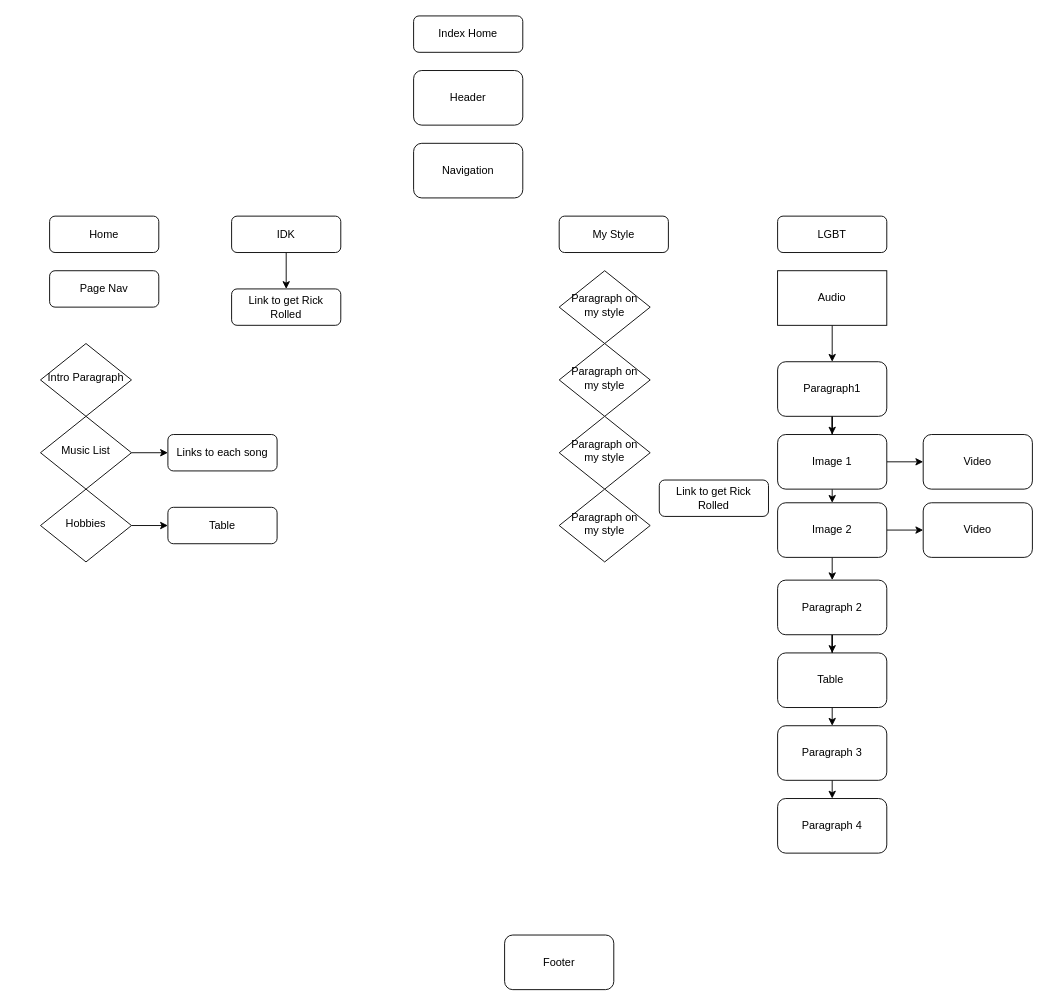
The draw.io diagram FinalDiagram.drawio in pilsburryDoughBoi/kobecattyty, before the edit. Source tidied: cells renumbered, new cells numbered last; positions are measured from the earlier drawing's top-left corner, leaving out a move shared by most shapes. Both pictures are drawn from the tidied source at 91%, with x=0, y=0 at pixel (40, 15).
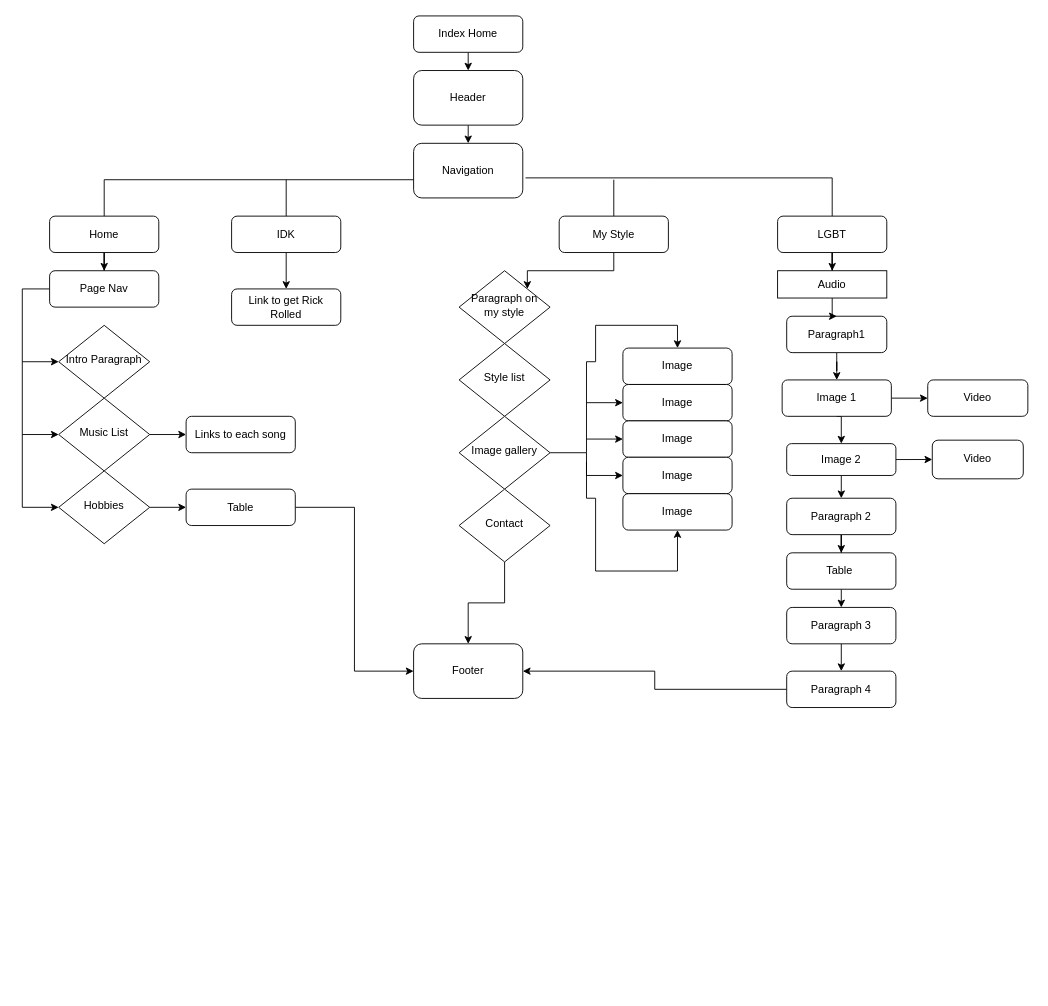
After the change.

The change refers to these unchanged cells:
```xml
<mxCell id="2" value="Index Home" style="rounded=1;whiteSpace=wrap;html=1;fontSize=12;glass=0;strokeWidth=1;shadow=0;" parent="1" vertex="1">
  <mxGeometry x="410" width="120" height="40" as="geometry" />
</mxCell>
<mxCell id="4" value="Home" style="rounded=1;whiteSpace=wrap;html=1;fontSize=12;glass=0;strokeWidth=1;shadow=0;" parent="1" vertex="1">
  <mxGeometry x="10" y="220" width="120" height="40" as="geometry" />
</mxCell>
<mxCell id="6" value="Page Nav" style="rounded=1;whiteSpace=wrap;html=1;fontSize=12;glass=0;strokeWidth=1;shadow=0;" parent="1" vertex="1">
  <mxGeometry x="10" y="280" width="120" height="40" as="geometry" />
</mxCell>
<mxCell id="9" value="IDK" style="rounded=1;whiteSpace=wrap;html=1;fontSize=12;glass=0;strokeWidth=1;shadow=0;" parent="1" vertex="1">
  <mxGeometry x="210" y="220" width="120" height="40" as="geometry" />
</mxCell>
<mxCell id="10" value="LGBT" style="rounded=1;whiteSpace=wrap;html=1;fontSize=12;glass=0;strokeWidth=1;shadow=0;" parent="1" vertex="1">
  <mxGeometry x="810" y="220" width="120" height="40" as="geometry" />
</mxCell>
<mxCell id="11" value="My Style" style="rounded=1;whiteSpace=wrap;html=1;fontSize=12;glass=0;strokeWidth=1;shadow=0;" parent="1" vertex="1">
  <mxGeometry x="570" y="220" width="120" height="40" as="geometry" />
</mxCell>
<mxCell id="18" value="Header" style="rounded=1;whiteSpace=wrap;html=1;" parent="1" vertex="1">
  <mxGeometry x="410" y="60" width="120" height="60" as="geometry" />
</mxCell>
<mxCell id="21" value="Navigation" style="whiteSpace=wrap;html=1;rounded=1;" parent="1" vertex="1">
  <mxGeometry x="410" y="140" width="120" height="60" as="geometry" />
</mxCell>
```

Diff of the diagram source:
```diff
@@
+    <mxCell id="44" style="edgeStyle=orthogonalEdgeStyle;rounded=0;jettySize=auto;html=1;exitX=0.5;exitY=1;exitDx=0;exitDy=0;entryX=0.5;entryY=0;entryDx=0;entryDy=0;" parent="1" edge="1" source="2" target="18">
+      <mxGeometry relative="1" as="geometry" />
+    </mxCell>
@@
     <mxCell id="3" value="Intro Paragraph" style="rhombus;whiteSpace=wrap;html=1;shadow=0;fontFamily=Helvetica;fontSize=12;align=center;strokeWidth=1;spacing=6;spacingTop=-4;" parent="1" vertex="1">
-      <mxGeometry y="360" width="100" height="80" as="geometry" />
+      <mxGeometry x="20" y="340" width="100" height="80" as="geometry" />
     </mxCell>
+    <mxCell id="45" style="edgeStyle=orthogonalEdgeStyle;rounded=0;jettySize=auto;html=1;entryX=0.5;entryY=0;entryDx=0;entryDy=0;" parent="1" edge="1" source="4" target="6">
+      <mxGeometry relative="1" as="geometry" />
+    </mxCell>
@@
     <mxCell id="5" value="Paragraph on my style" style="rhombus;whiteSpace=wrap;html=1;shadow=0;fontFamily=Helvetica;fontSize=12;align=center;strokeWidth=1;spacing=6;spacingTop=-4;" parent="1" vertex="1">
-      <mxGeometry x="570" y="280" width="100" height="80" as="geometry" />
+      <mxGeometry x="460" y="280" width="100" height="80" as="geometry" />
     </mxCell>
+    <mxCell id="46" style="edgeStyle=orthogonalEdgeStyle;rounded=0;jettySize=auto;html=1;entryX=0;entryY=0.5;entryDx=0;entryDy=0;" parent="1" edge="1" source="6" target="15">
+      <mxGeometry relative="1" as="geometry">
+        <Array as="points">
+          <mxPoint x="-20" y="300" />
+          <mxPoint x="-20" y="540" />
+        </Array>
+      </mxGeometry>
+    </mxCell>
@@
+    <mxCell id="47" style="edgeStyle=orthogonalEdgeStyle;rounded=0;jettySize=auto;html=1;entryX=0.5;entryY=0;entryDx=0;entryDy=0;" parent="1" edge="1" source="10" target="20">
+      <mxGeometry relative="1" as="geometry" />
+    </mxCell>
@@
+    <mxCell id="48" style="edgeStyle=orthogonalEdgeStyle;rounded=0;jettySize=auto;html=1;entryX=1;entryY=0;entryDx=0;entryDy=0;" parent="1" edge="1" source="11" target="5">
+      <mxGeometry relative="1" as="geometry">
+        <Array as="points">
+          <mxPoint x="630" y="280" />
+          <mxPoint x="535" y="280" />
+        </Array>
+      </mxGeometry>
+    </mxCell>
@@
     <mxCell id="13" value="Music List" style="rhombus;whiteSpace=wrap;html=1;shadow=0;fontFamily=Helvetica;fontSize=12;align=center;strokeWidth=1;spacing=6;spacingTop=-4;" parent="1" vertex="1">
-      <mxGeometry y="440" width="100" height="80" as="geometry" />
+      <mxGeometry x="20" y="420" width="100" height="80" as="geometry" />
     </mxCell>
@@
     <mxCell id="15" value="Hobbies" style="rhombus;whiteSpace=wrap;html=1;shadow=0;fontFamily=Helvetica;fontSize=12;align=center;strokeWidth=1;spacing=6;spacingTop=-4;" parent="1" vertex="1">
-      <mxGeometry y="520" width="100" height="80" as="geometry" />
+      <mxGeometry x="20" y="500" width="100" height="80" as="geometry" />
     </mxCell>
@@
     <mxCell id="17" value="Paragraph1" style="whiteSpace=wrap;html=1;rounded=1;shadow=0;strokeWidth=1;glass=0;" parent="1" vertex="1">
-      <mxGeometry x="810" y="380" width="120" height="60" as="geometry" />
+      <mxGeometry x="820" y="330" width="110" height="40" as="geometry" />
     </mxCell>
+    <mxCell id="49" style="edgeStyle=orthogonalEdgeStyle;rounded=0;jettySize=auto;html=1;exitX=0.5;exitY=1;exitDx=0;exitDy=0;entryX=0.5;entryY=0;entryDx=0;entryDy=0;" parent="1" edge="1" source="18" target="21">
+      <mxGeometry relative="1" as="geometry" />
+    </mxCell>
@@
     <mxCell id="20" value="Audio" style="rounded=0;whiteSpace=wrap;html=1;" parent="1" vertex="1">
-      <mxGeometry x="810" y="280" width="120" height="60" as="geometry" />
+      <mxGeometry x="810" y="280" width="120" height="30" as="geometry" />
     </mxCell>
@@
     <mxCell id="24" value="Image 1" style="whiteSpace=wrap;html=1;rounded=1;shadow=0;strokeWidth=1;glass=0;" parent="1" vertex="1">
-      <mxGeometry x="810" y="460" width="120" height="60" as="geometry" />
+      <mxGeometry x="815" y="400" width="120" height="40" as="geometry" />
     </mxCell>
@@
     <mxCell id="27" value="Image 2" style="whiteSpace=wrap;html=1;rounded=1;shadow=0;strokeWidth=1;glass=0;" parent="1" vertex="1">
-      <mxGeometry x="810" y="535" width="120" height="60" as="geometry" />
+      <mxGeometry x="820" y="470" width="120" height="35" as="geometry" />
     </mxCell>
@@
     <mxCell id="29" value="Paragraph 2" style="whiteSpace=wrap;html=1;rounded=1;shadow=0;strokeWidth=1;glass=0;" parent="1" vertex="1">
-      <mxGeometry x="810" y="620" width="120" height="60" as="geometry" />
+      <mxGeometry x="820" y="530" width="120" height="40" as="geometry" />
     </mxCell>
     <mxCell id="30" value="Video" style="whiteSpace=wrap;html=1;rounded=1;shadow=0;strokeWidth=1;glass=0;" parent="1" vertex="1">
-      <mxGeometry x="970" y="460" width="120" height="60" as="geometry" />
+      <mxGeometry x="975" y="400" width="110" height="40" as="geometry" />
     </mxCell>
     <mxCell id="31" value="Video" style="whiteSpace=wrap;html=1;rounded=1;shadow=0;strokeWidth=1;glass=0;" parent="1" vertex="1">
-      <mxGeometry x="970" y="535" width="120" height="60" as="geometry" />
+      <mxGeometry x="980" y="466.2" width="100" height="42.5" as="geometry" />
     </mxCell>
@@
     <mxCell id="33" value="Table&amp;nbsp;" style="rounded=1;whiteSpace=wrap;html=1;" parent="1" vertex="1">
-      <mxGeometry x="810" y="700" width="120" height="60" as="geometry" />
+      <mxGeometry x="820" y="590" width="120" height="40" as="geometry" />
     </mxCell>
@@
     <mxCell id="35" value="Paragraph 3" style="whiteSpace=wrap;html=1;rounded=1;shadow=0;strokeWidth=1;glass=0;" parent="1" vertex="1">
-      <mxGeometry x="810" y="780" width="120" height="60" as="geometry" />
+      <mxGeometry x="820" y="650" width="120" height="40" as="geometry" />
     </mxCell>
+    <mxCell id="50" style="edgeStyle=orthogonalEdgeStyle;rounded=0;jettySize=auto;html=1;entryX=1;entryY=0.5;entryDx=0;entryDy=0;" parent="1" edge="1" source="36" target="37">
+      <mxGeometry relative="1" as="geometry" />
+    </mxCell>
     <mxCell id="36" value="Paragraph 4" style="whiteSpace=wrap;html=1;rounded=1;shadow=0;strokeWidth=1;glass=0;" parent="1" vertex="1">
-      <mxGeometry x="810" y="860" width="120" height="60" as="geometry" />
+      <mxGeometry x="820" y="720" width="120" height="40" as="geometry" />
     </mxCell>
     <mxCell id="37" value="Footer" style="whiteSpace=wrap;html=1;rounded=1;shadow=0;strokeWidth=1;glass=0;" parent="1" vertex="1">
-      <mxGeometry x="510" y="1010" width="120" height="60" as="geometry" />
+      <mxGeometry x="410" y="690" width="120" height="60" as="geometry" />
     </mxCell>
-    <mxCell id="38" value="Paragraph on my style" style="rhombus;whiteSpace=wrap;html=1;shadow=0;fontFamily=Helvetica;fontSize=12;align=center;strokeWidth=1;spacing=6;spacingTop=-4;" parent="1" vertex="1">
-      <mxGeometry x="570" y="360" width="100" height="80" as="geometry" />
+    <mxCell id="38" value="Style list" style="rhombus;whiteSpace=wrap;html=1;shadow=0;fontFamily=Helvetica;fontSize=12;align=center;strokeWidth=1;spacing=6;spacingTop=-4;" parent="1" vertex="1">
+      <mxGeometry x="460" y="360" width="100" height="80" as="geometry" />
     </mxCell>
+    <mxCell id="51" style="edgeStyle=orthogonalEdgeStyle;rounded=0;jettySize=auto;html=1;" parent="1" edge="1" source="39" target="60">
+      <mxGeometry relative="1" as="geometry">
+        <Array as="points">
+          <mxPoint x="600" y="480" />
+          <mxPoint x="600" y="505" />
+        </Array>
+      </mxGeometry>
+    </mxCell>
-    <mxCell id="39" value="Paragraph on my style" style="rhombus;whiteSpace=wrap;html=1;shadow=0;fontFamily=Helvetica;fontSize=12;align=center;strokeWidth=1;spacing=6;spacingTop=-4;" parent="1" vertex="1">
-      <mxGeometry x="570" y="440" width="100" height="80" as="geometry" />
+    <mxCell id="39" value="Image gallery" style="rhombus;whiteSpace=wrap;html=1;shadow=0;fontFamily=Helvetica;fontSize=12;align=center;strokeWidth=1;spacing=6;spacingTop=-4;" parent="1" vertex="1">
+      <mxGeometry x="460" y="440" width="100" height="80" as="geometry" />
     </mxCell>
+    <mxCell id="52" style="edgeStyle=orthogonalEdgeStyle;rounded=0;jettySize=auto;html=1;entryX=0.5;entryY=0;entryDx=0;entryDy=0;" parent="1" edge="1" source="40" target="37">
+      <mxGeometry relative="1" as="geometry" />
+    </mxCell>
-    <mxCell id="40" value="Paragraph on my style" style="rhombus;whiteSpace=wrap;html=1;shadow=0;fontFamily=Helvetica;fontSize=12;align=center;strokeWidth=1;spacing=6;spacingTop=-4;" parent="1" vertex="1">
-      <mxGeometry x="570" y="520" width="100" height="80" as="geometry" />
+    <mxCell id="40" value="Contact" style="rhombus;whiteSpace=wrap;html=1;shadow=0;fontFamily=Helvetica;fontSize=12;align=center;strokeWidth=1;spacing=6;spacingTop=-4;" parent="1" vertex="1">
+      <mxGeometry x="460" y="520" width="100" height="80" as="geometry" />
     </mxCell>
-    <mxCell id="41" value="Link to get Rick Rolled" style="rounded=1;whiteSpace=wrap;html=1;fontSize=12;glass=0;strokeWidth=1;shadow=0;" parent="1" vertex="1">
-      <mxGeometry x="680" y="510" width="120" height="40" as="geometry" />
+    <mxCell id="41" value="Image" style="rounded=1;whiteSpace=wrap;html=1;fontSize=12;glass=0;strokeWidth=1;shadow=0;" parent="1" vertex="1">
+      <mxGeometry x="640" y="365" width="120" height="40" as="geometry" />
     </mxCell>
     <mxCell id="42" value="Links to each song" style="rounded=1;whiteSpace=wrap;html=1;fontSize=12;glass=0;strokeWidth=1;shadow=0;" parent="1" vertex="1">
-      <mxGeometry x="140" y="460" width="120" height="40" as="geometry" />
+      <mxGeometry x="160" y="440" width="120" height="40" as="geometry" />
     </mxCell>
+    <mxCell id="53" style="edgeStyle=orthogonalEdgeStyle;rounded=0;jettySize=auto;html=1;entryX=0;entryY=0.5;entryDx=0;entryDy=0;" parent="1" edge="1" source="43" target="37">
+      <mxGeometry relative="1" as="geometry" />
+    </mxCell>
     <mxCell id="43" value="Table" style="rounded=1;whiteSpace=wrap;html=1;fontSize=12;glass=0;strokeWidth=1;shadow=0;" parent="1" vertex="1">
-      <mxGeometry x="140" y="540" width="120" height="40" as="geometry" />
+      <mxGeometry x="160" y="520" width="120" height="40" as="geometry" />
     </mxCell>
+    <mxCell id="54" style="endArrow=none;html=1;rounded=0;exitX=0.5;exitY=0;exitDx=0;exitDy=0;" parent="1" edge="1" source="4">
+      <mxGeometry relative="1" as="geometry">
+        <mxPoint x="410" y="180" as="targetPoint" />
+        <Array as="points">
+          <mxPoint x="70" y="180" />
+        </Array>
+      </mxGeometry>
+    </mxCell>
+    <mxCell id="55" style="endArrow=none;html=1;rounded=0;exitX=1.025;exitY=0.633;exitDx=0;exitDy=0;exitPerimeter=0;entryX=0.5;entryY=0;entryDx=0;entryDy=0;" parent="1" edge="1" source="21" target="10">
+      <mxGeometry relative="1" as="geometry">
+        <Array as="points">
+          <mxPoint x="870" y="178" />
+        </Array>
+      </mxGeometry>
+    </mxCell>
+    <mxCell id="56" style="endArrow=none;html=1;rounded=0;exitX=0.5;exitY=0;exitDx=0;exitDy=0;" parent="1" edge="1" source="9">
+      <mxGeometry relative="1" as="geometry">
+        <mxPoint x="270" y="180" as="targetPoint" />
+      </mxGeometry>
+    </mxCell>
+    <mxCell id="57" style="endArrow=none;html=1;rounded=0;exitX=0.5;exitY=0;exitDx=0;exitDy=0;" parent="1" edge="1" source="11">
+      <mxGeometry relative="1" as="geometry">
+        <mxPoint x="630" y="180" as="targetPoint" />
+      </mxGeometry>
+    </mxCell>
+    <mxCell id="58" value="Image" style="rounded=1;whiteSpace=wrap;html=1;fontSize=12;glass=0;strokeWidth=1;shadow=0;" parent="1" vertex="1">
+      <mxGeometry x="640" y="405" width="120" height="40" as="geometry" />
+    </mxCell>
+    <mxCell id="59" value="Image" style="rounded=1;whiteSpace=wrap;html=1;fontSize=12;glass=0;strokeWidth=1;shadow=0;" parent="1" vertex="1">
+      <mxGeometry x="640" y="445" width="120" height="40" as="geometry" />
+    </mxCell>
+    <mxCell id="60" value="Image" style="rounded=1;whiteSpace=wrap;html=1;fontSize=12;glass=0;strokeWidth=1;shadow=0;" parent="1" vertex="1">
+      <mxGeometry x="640" y="485" width="120" height="40" as="geometry" />
+    </mxCell>
+    <mxCell id="61" value="Image" style="rounded=1;whiteSpace=wrap;html=1;fontSize=12;glass=0;strokeWidth=1;shadow=0;" parent="1" vertex="1">
+      <mxGeometry x="640" y="525" width="120" height="40" as="geometry" />
+    </mxCell>
+    <mxCell id="62" style="edgeStyle=orthogonalEdgeStyle;rounded=0;jettySize=auto;html=1;entryX=0.5;entryY=1;entryDx=0;entryDy=0;" parent="1" edge="1" target="61">
+      <mxGeometry relative="1" as="geometry">
+        <mxPoint x="600" y="490" as="sourcePoint" />
+        <Array as="points">
+          <mxPoint x="600" y="530" />
+          <mxPoint x="610" y="530" />
+          <mxPoint x="610" y="610" />
+          <mxPoint x="700" y="610" />
+        </Array>
+      </mxGeometry>
+    </mxCell>
+    <mxCell id="63" style="edgeStyle=orthogonalEdgeStyle;rounded=0;jettySize=auto;html=1;entryX=0.5;entryY=0;entryDx=0;entryDy=0;" parent="1" edge="1" target="41">
+      <mxGeometry relative="1" as="geometry">
+        <mxPoint x="600" y="480" as="sourcePoint" />
+        <Array as="points">
+          <mxPoint x="600" y="380" />
+          <mxPoint x="610" y="380" />
+          <mxPoint x="610" y="340" />
+          <mxPoint x="700" y="340" />
+        </Array>
+      </mxGeometry>
+    </mxCell>
+    <mxCell id="64" style="endArrow=classic;html=1;rounded=0;entryX=0;entryY=0.5;entryDx=0;entryDy=0;" parent="1" edge="1" target="58">
+      <mxGeometry relative="1" as="geometry">
+        <mxPoint x="600" y="425" as="sourcePoint" />
+      </mxGeometry>
+    </mxCell>
+    <mxCell id="65" style="endArrow=classic;html=1;rounded=0;entryX=0;entryY=0.5;entryDx=0;entryDy=0;" parent="1" edge="1" target="59">
+      <mxGeometry relative="1" as="geometry">
+        <mxPoint x="600" y="465" as="sourcePoint" />
+      </mxGeometry>
+    </mxCell>
+    <mxCell id="66" style="endArrow=classic;html=1;rounded=0;entryX=0;entryY=0.5;entryDx=0;entryDy=0;" parent="1" edge="1">
+      <mxGeometry relative="1" as="geometry">
+        <mxPoint x="-20" y="460" as="sourcePoint" />
+        <mxPoint x="20" y="460" as="targetPoint" />
+      </mxGeometry>
+    </mxCell>
+    <mxCell id="67" style="endArrow=classic;html=1;rounded=0;entryX=0;entryY=0.5;entryDx=0;entryDy=0;" parent="1" edge="1">
+      <mxGeometry relative="1" as="geometry">
+        <mxPoint x="-20" y="380" as="sourcePoint" />
+        <mxPoint x="20" y="380" as="targetPoint" />
+      </mxGeometry>
+    </mxCell>
```
